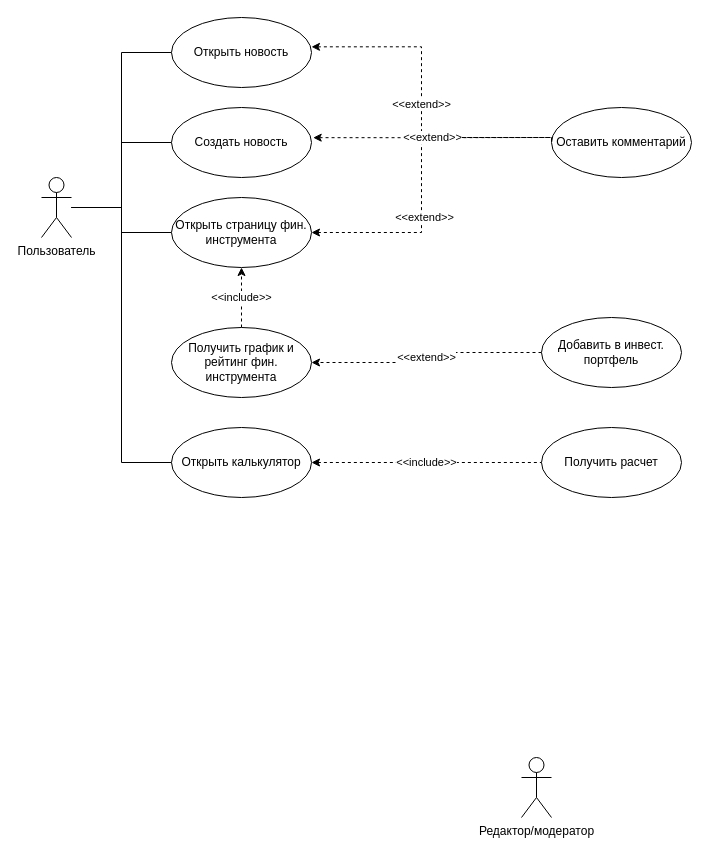
Above: Use case.drawio in epsil0n66/ProjectMethodsSlanina (draw.io), before the change. Source tidied: cells renumbered, new cells numbered last; positions are measured from the earlier drawing's top-left corner, leaving out a move shared by most shapes. Both pictures are drawn from the tidied source at 100%, with x=0, y=0 at pixel (41, 17).
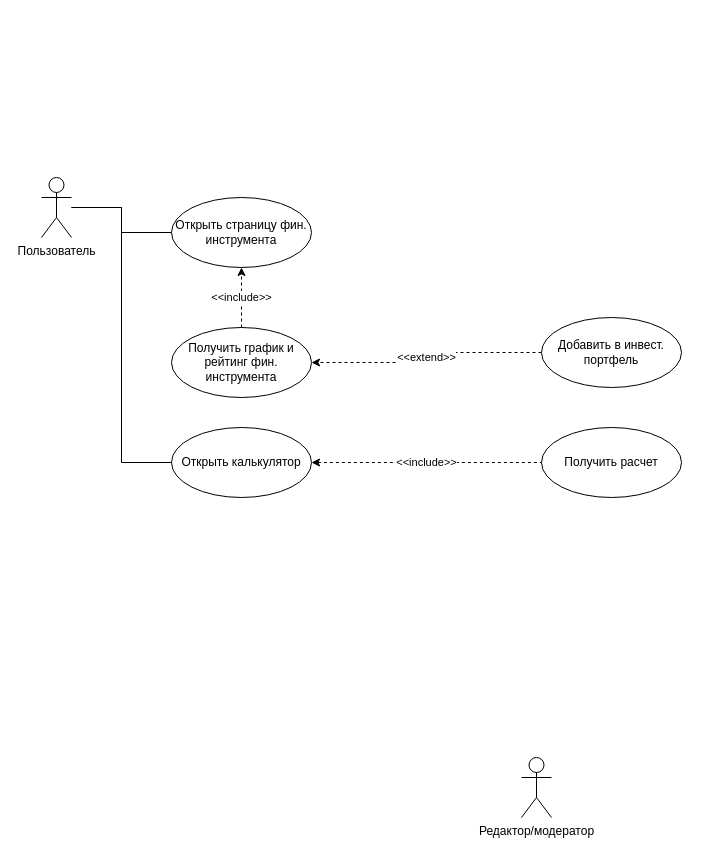
The same page after the edit.

The change refers to these unchanged cells:
```xml
<mxCell id="6" value="Пользователь" style="shape=umlActor;verticalLabelPosition=bottom;verticalAlign=top;html=1;" parent="1" vertex="1">
  <mxGeometry y="160" width="30" height="60" as="geometry" />
</mxCell>
<mxCell id="15" value="Открыть страницу фин. инструмента" style="ellipse;whiteSpace=wrap;html=1;" parent="1" vertex="1">
  <mxGeometry x="130" y="180" width="140" height="70" as="geometry" />
</mxCell>
```

Change to the diagram source:
```diff
@@
-    <mxCell id="3" style="edgeStyle=orthogonalEdgeStyle;rounded=0;jettySize=auto;html=1;entryX=0;entryY=0.5;entryDx=0;entryDy=0;endArrow=none;endFill=0;" parent="1" edge="1" source="6" target="9">
-      <mxGeometry relative="1" as="geometry" />
-    </mxCell>
@@
-    <mxCell id="5" style="edgeStyle=orthogonalEdgeStyle;rounded=0;jettySize=auto;html=1;entryX=0;entryY=0.5;entryDx=0;entryDy=0;endArrow=none;endFill=0;" parent="1" edge="1" source="6" target="22">
-      <mxGeometry relative="1" as="geometry" />
-    </mxCell>
@@
-    <mxCell id="8" value="&amp;lt;&amp;lt;extend&amp;gt;&amp;gt;" style="edgeStyle=orthogonalEdgeStyle;rounded=0;jettySize=auto;html=1;entryX=0;entryY=0.5;entryDx=0;entryDy=0;dashed=1;startArrow=classic;startFill=1;endArrow=none;endFill=0;exitX=1;exitY=0.419;exitDx=0;exitDy=0;exitPerimeter=0;" parent="1" edge="1" source="9" target="10">
-      <mxGeometry relative="1" as="geometry">
-        <Array as="points">
-          <mxPoint x="380" y="29" />
-          <mxPoint x="380" y="120" />
-          <mxPoint x="510" y="120" />
-        </Array>
-      </mxGeometry>
-    </mxCell>
-    <mxCell id="9" value="Открыть новость" style="ellipse;whiteSpace=wrap;html=1;" parent="1" vertex="1">
-      <mxGeometry x="130" width="140" height="70" as="geometry" />
-    </mxCell>
-    <mxCell id="10" value="Оставить комментарий" style="ellipse;whiteSpace=wrap;html=1;" parent="1" vertex="1">
-      <mxGeometry x="510" y="90" width="140" height="70" as="geometry" />
-    </mxCell>
@@
-    <mxCell id="13" style="edgeStyle=orthogonalEdgeStyle;rounded=0;jettySize=auto;html=1;entryX=0;entryY=0.5;entryDx=0;entryDy=0;dashed=1;endArrow=none;endFill=0;startArrow=classic;startFill=1;exitX=1;exitY=0.5;exitDx=0;exitDy=0;" parent="1" edge="1" source="15" target="10">
-      <mxGeometry relative="1" as="geometry">
-        <Array as="points">
-          <mxPoint x="380" y="215" />
-          <mxPoint x="380" y="120" />
-          <mxPoint x="510" y="120" />
-        </Array>
-      </mxGeometry>
-    </mxCell>
-    <mxCell id="14" value="&amp;lt;&amp;lt;extend&amp;gt;&amp;gt;" style="edgeLabel;html=1;align=center;verticalAlign=middle;" parent="13" vertex="1">
-      <mxGeometry x="-0.26" y="-2" relative="1" as="geometry" />
-    </mxCell>
@@
-    <mxCell id="21" value="&amp;lt;&amp;lt;extend&amp;gt;&amp;gt;" style="edgeStyle=orthogonalEdgeStyle;rounded=0;jettySize=auto;html=1;dashed=1;endArrow=none;endFill=0;startArrow=classic;startFill=1;exitX=1.012;exitY=0.431;exitDx=0;exitDy=0;exitPerimeter=0;" parent="1" edge="1" source="22">
-      <mxGeometry relative="1" as="geometry">
-        <mxPoint x="510" y="120" as="targetPoint" />
-        <Array as="points">
-          <mxPoint x="390" y="120" />
-          <mxPoint x="390" y="120" />
-        </Array>
-      </mxGeometry>
-    </mxCell>
-    <mxCell id="22" value="Создать новость" style="ellipse;whiteSpace=wrap;html=1;" parent="1" vertex="1">
-      <mxGeometry x="130" y="90" width="140" height="70" as="geometry" />
-    </mxCell>
```
